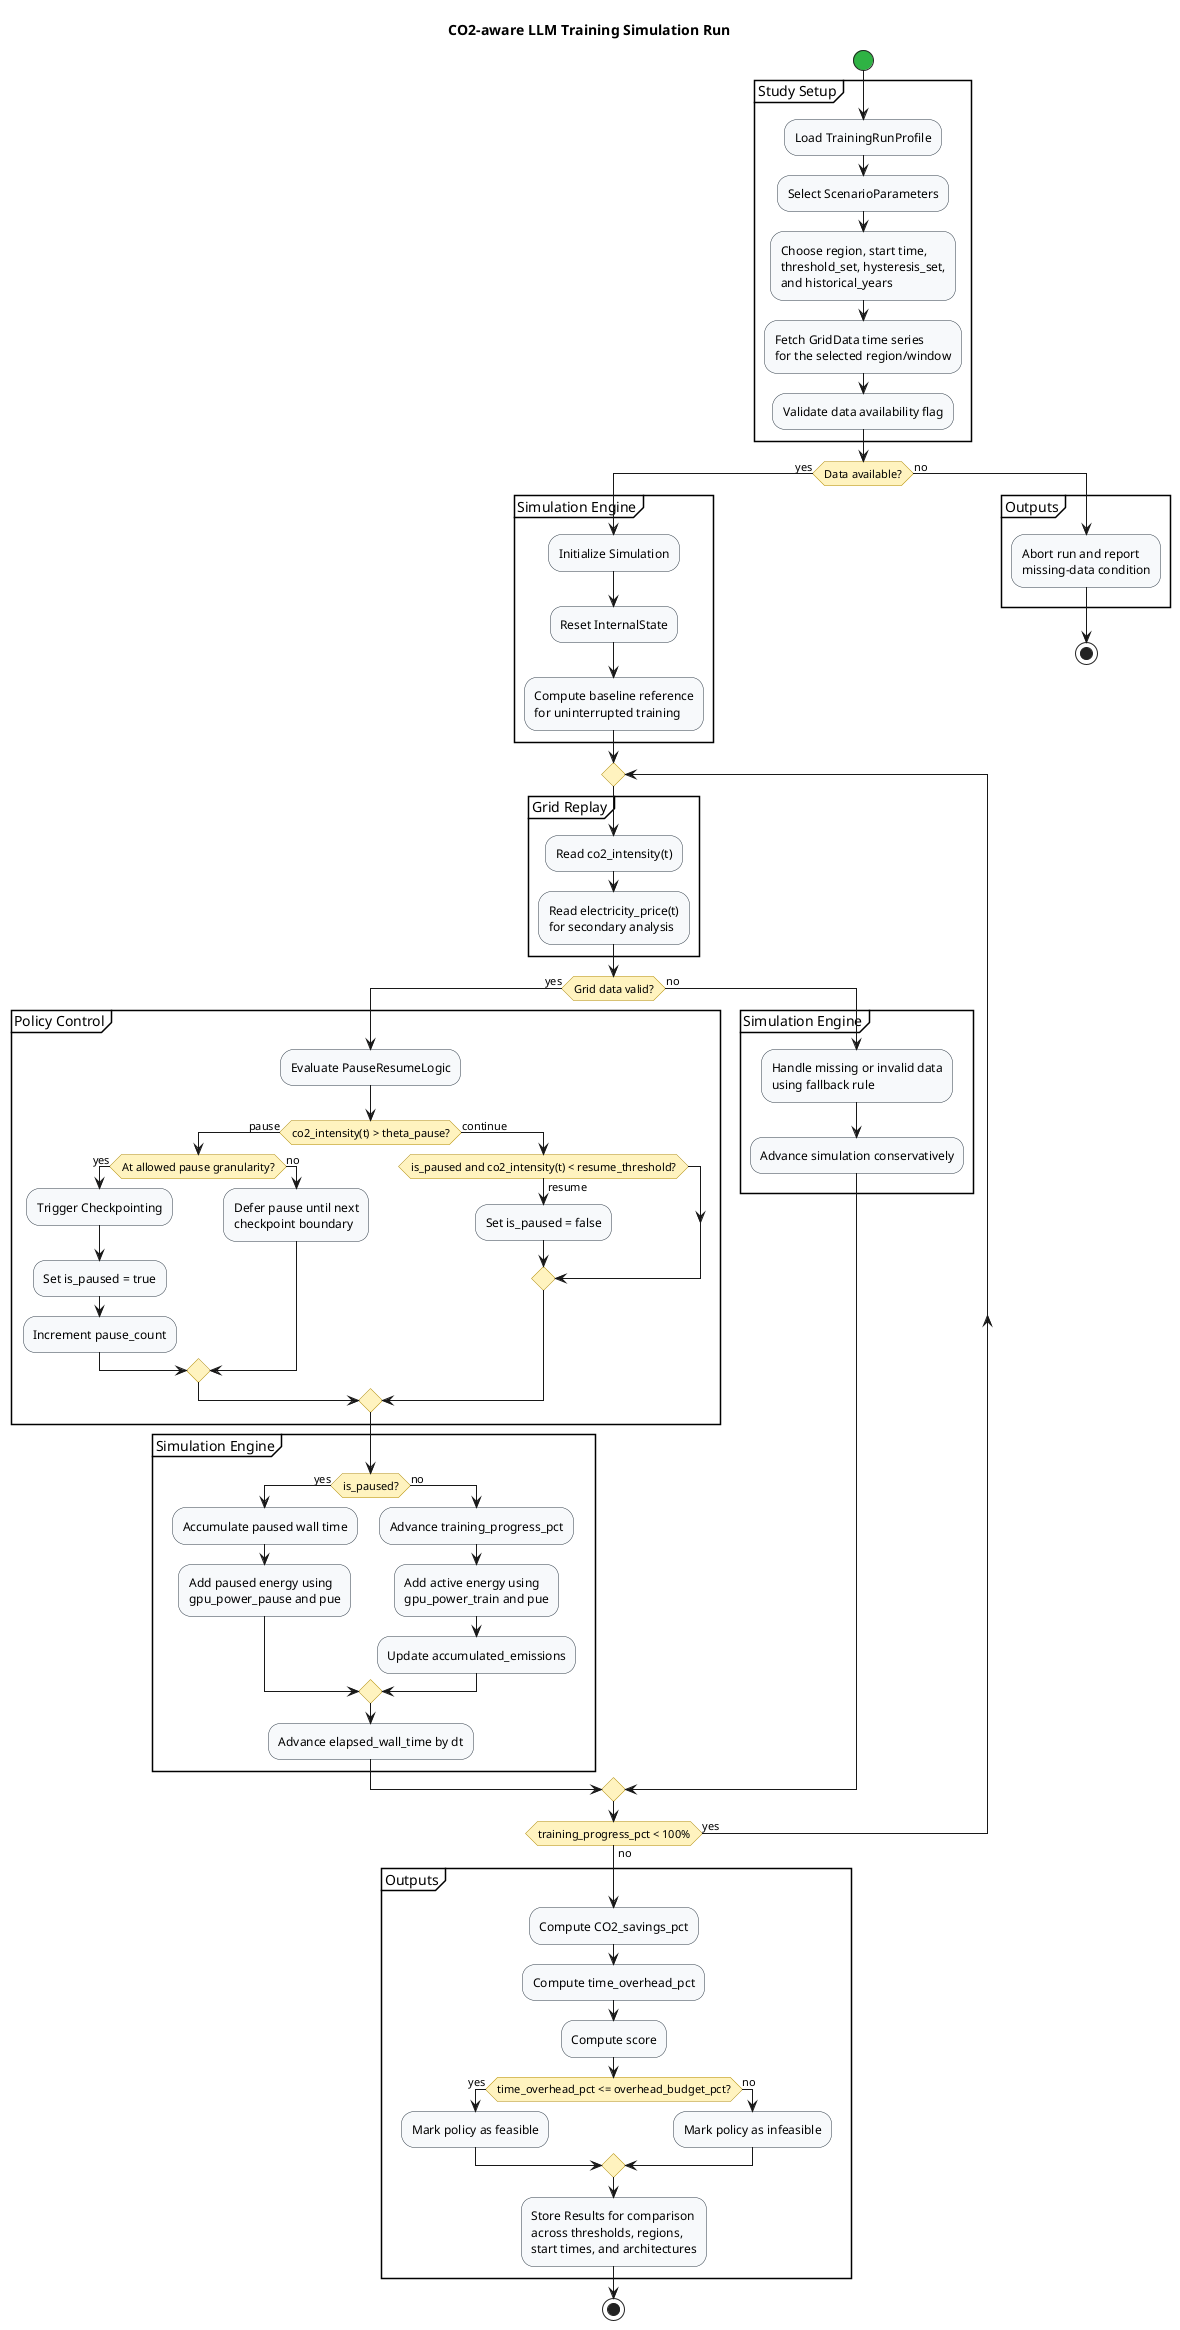
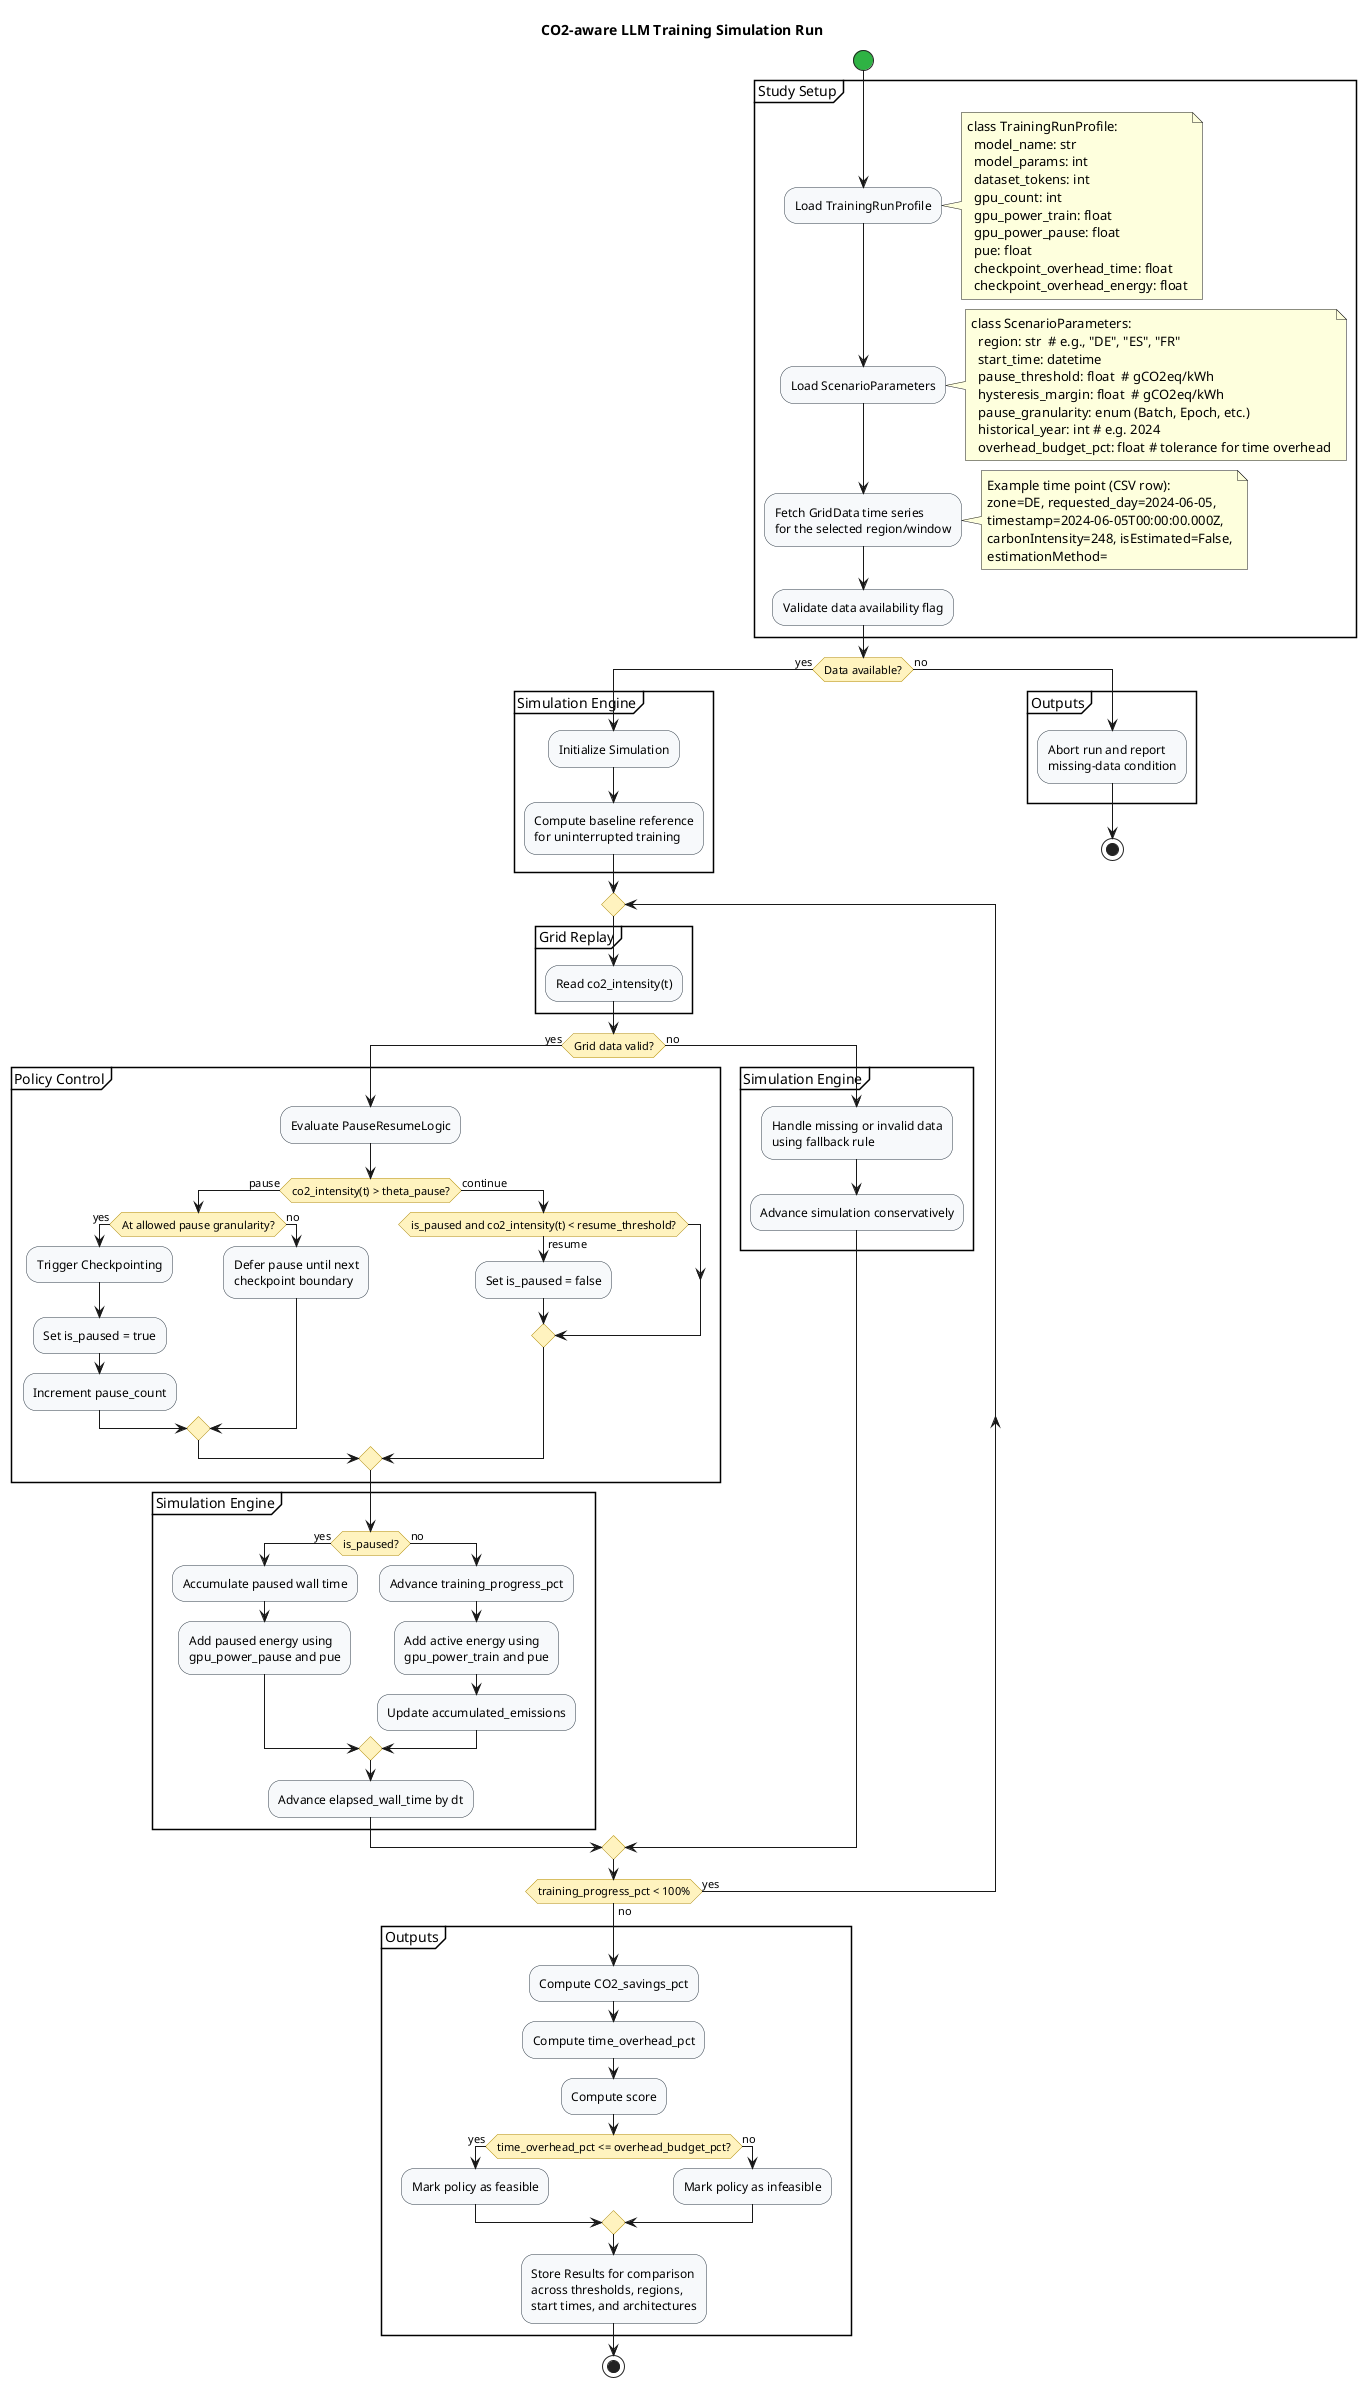
@startuml
title CO2-aware LLM Training Simulation Run

skinparam backgroundColor white
skinparam shadowing false
skinparam activity {
  BorderColor #2E3A46
  BackgroundColor #F7F9FB
  BarColor #5B8FF9
  StartColor #2FB344
  EndColor #D6336C
  DiamondBackgroundColor #FFF3BF
  DiamondBorderColor #B08900
}

start

partition "Study Setup" {
  :Load TrainingRunProfile;
-   :Select ScenarioParameters;
-   :Choose region, start time,
-   threshold_set, hysteresis_set,
-   and historical_years;
+   note right
+     class TrainingRunProfile:
+       model_name: str
+       model_params: int
+       dataset_tokens: int
+       gpu_count: int
+       gpu_power_train: float
+       gpu_power_pause: float
+       pue: float
+       checkpoint_overhead_time: float
+       checkpoint_overhead_energy: float
+   end note
+   :Load ScenarioParameters;
+   note right
+     class ScenarioParameters:
+       region: str  # e.g., "DE", "ES", "FR"
+       start_time: datetime
+       pause_threshold: float  # gCO2eq/kWh
+       hysteresis_margin: float  # gCO2eq/kWh
+       pause_granularity: enum (Batch, Epoch, etc.)
+       historical_year: int # e.g. 2024
+       overhead_budget_pct: float # tolerance for time overhead
+   end note
  :Fetch GridData time series
  for the selected region/window;
+   note right
+     Example time point (CSV row):
+     zone=DE, requested_day=2024-06-05,
+     timestamp=2024-06-05T00:00:00.000Z,
+     carbonIntensity=248, isEstimated=False,
+     estimationMethod=
+   end note
  :Validate data availability flag;
}

if (Data available?) then (yes)
  partition "Simulation Engine" {
    :Initialize Simulation;
-     :Reset InternalState;
    :Compute baseline reference
    for uninterrupted training;
  }

  repeat
    partition "Grid Replay" {
      :Read co2_intensity(t);
-       :Read electricity_price(t)
-       for secondary analysis;
+       ' :Read electricity_price(t)
+       ' for secondary analysis;
    }

    if (Grid data valid?) then (yes)
      partition "Policy Control" {
        :Evaluate PauseResumeLogic;
        if (co2_intensity(t) > theta_pause?) then (pause)
          if (At allowed pause granularity?) then (yes)
            :Trigger Checkpointing;
            :Set is_paused = true;
            :Increment pause_count;
          else (no)
            :Defer pause until next
            checkpoint boundary;
          endif
        else (continue)
          if (is_paused and co2_intensity(t) < resume_threshold?) then (resume)
            :Set is_paused = false;
          endif
        endif
      }

      partition "Simulation Engine" {
        if (is_paused?) then (yes)
          :Accumulate paused wall time;
          :Add paused energy using
          gpu_power_pause and pue;
        else (no)
          :Advance training_progress_pct;
          :Add active energy using
          gpu_power_train and pue;
          :Update accumulated_emissions;
        endif
        :Advance elapsed_wall_time by dt;
      }
    else (no)
      partition "Simulation Engine" {
        :Handle missing or invalid data
        using fallback rule;
        :Advance simulation conservatively;
      }
    endif

  repeat while (training_progress_pct < 100%) is (yes) not (no)

  partition "Outputs" {
    :Compute CO2_savings_pct;
    :Compute time_overhead_pct;
    :Compute score;
    if (time_overhead_pct <= overhead_budget_pct?) then (yes)
      :Mark policy as feasible;
    else (no)
      :Mark policy as infeasible;
    endif
    :Store Results for comparison
    across thresholds, regions,
    start times, and architectures;
  }

  stop
else (no)
  partition "Outputs" {
    :Abort run and report
    missing-data condition;
  }
  stop
endif

@enduml
